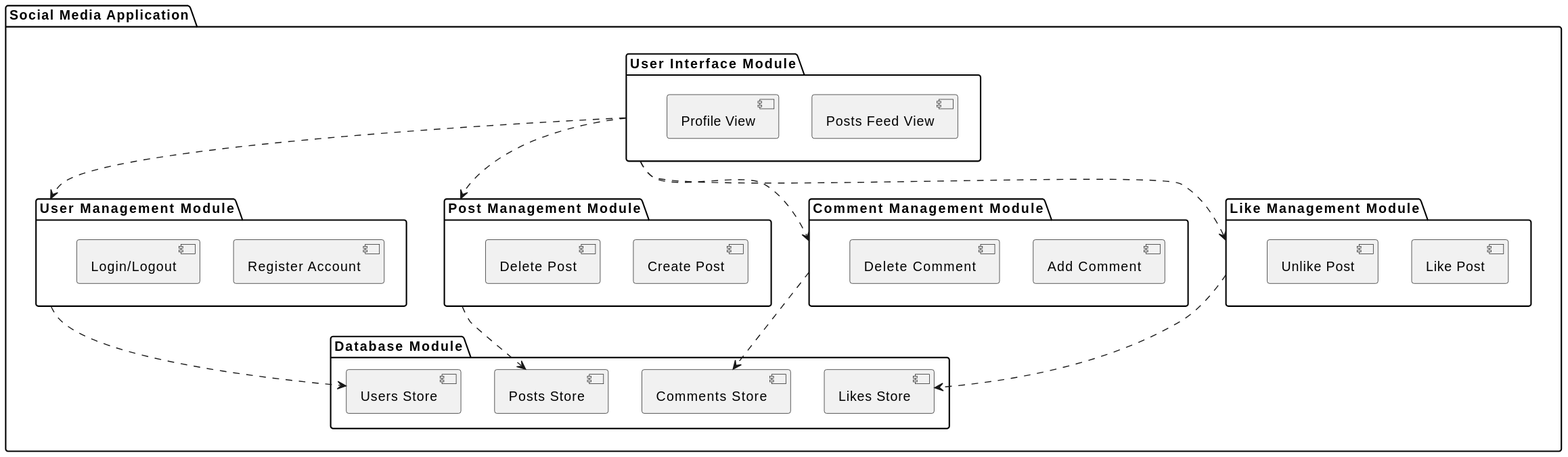
Earlier version of the PlantUML export docs/images/Dekompozycja Modulowa 1.svg (kestivvi/social-media).
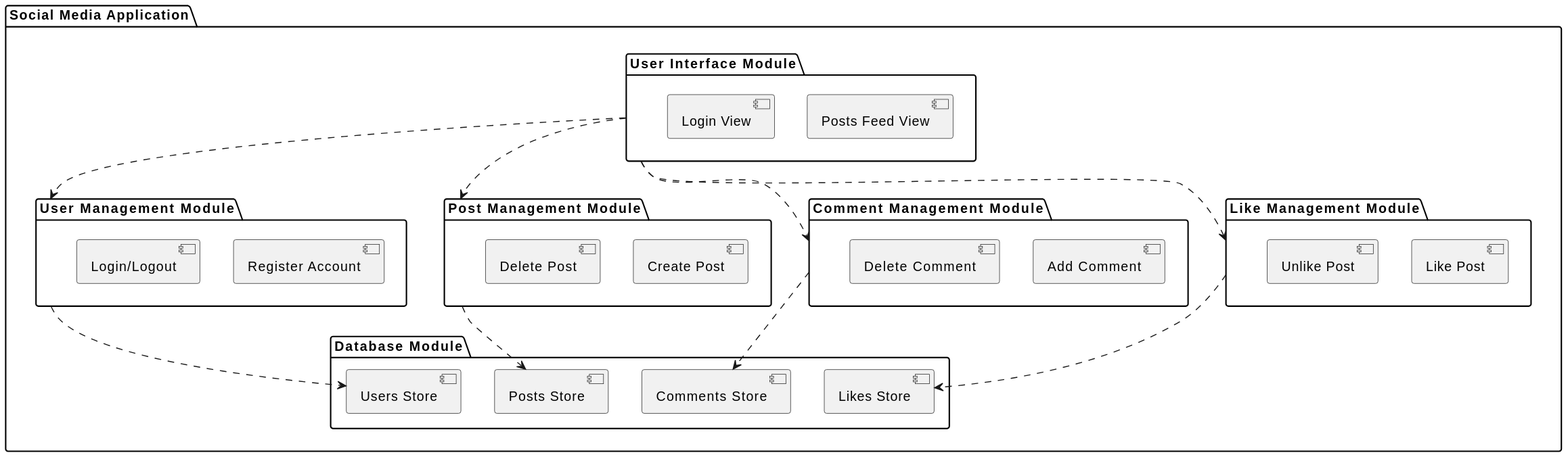
Later version of the same file.

Commit message:
Fix ui decomposition uml

The edit, as a diff of the source:
```diff
@@ -2,7 +2,7 @@
 package "Social Media Application" {
     package "User Interface Module" {
         [Posts Feed View]
-        [Profile View]
+        [Login View]
     }
 
     package "User Management Module" {
```
